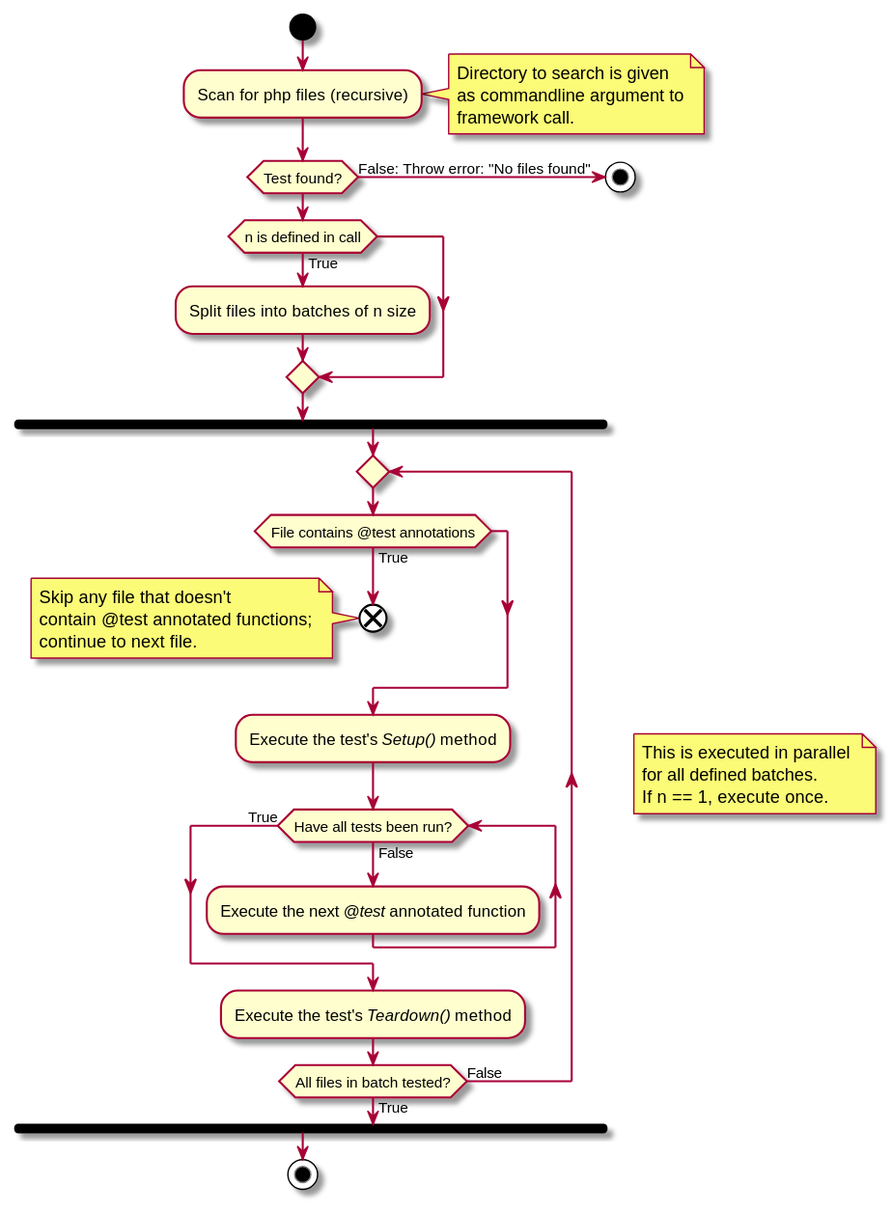
Above: out/Process/ExecuteTestsActivity/Execute functional tests activity diagram.svg in dannypas00/bouw7-uml (PlantUML), before the change.
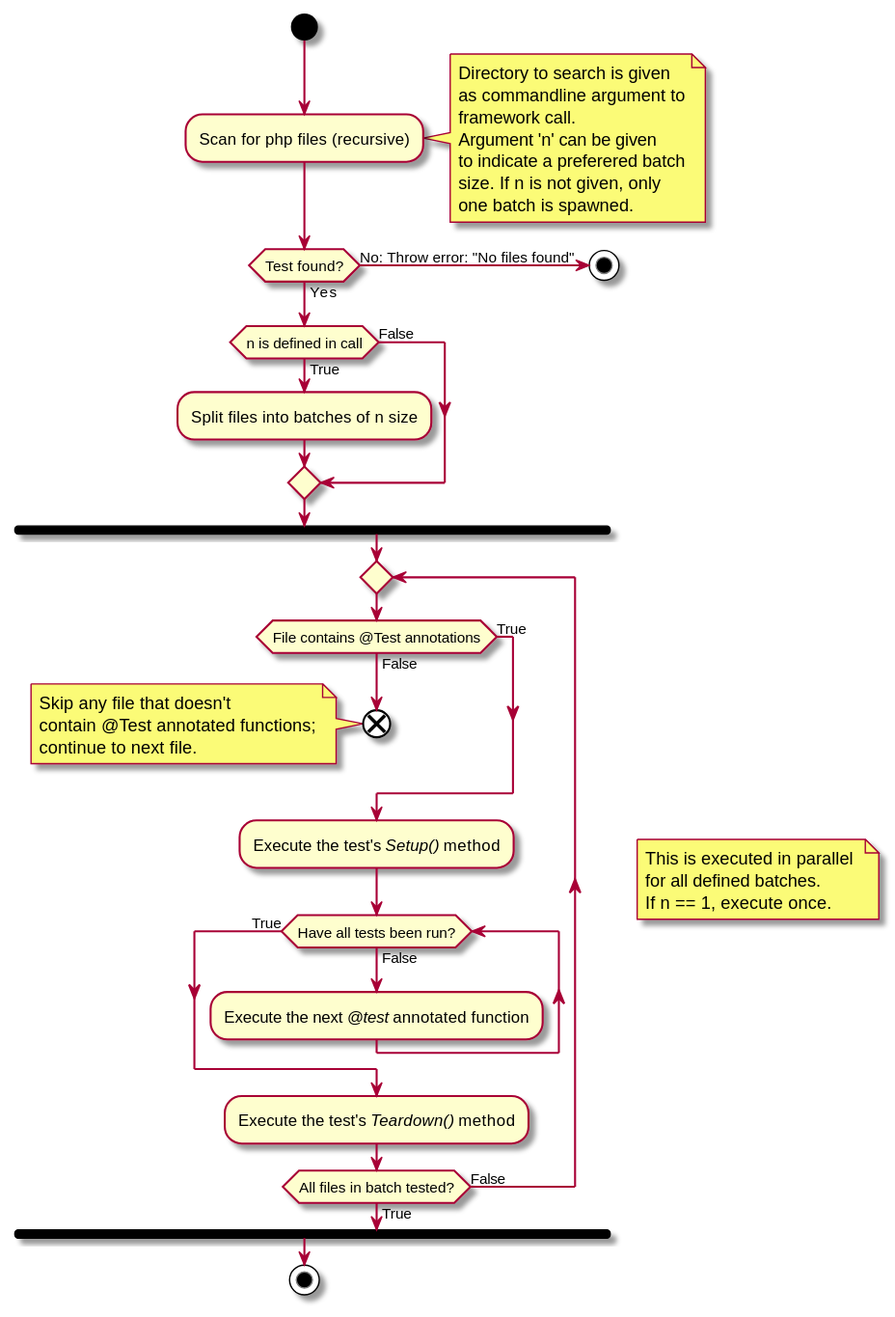
The same diagram one commit later.

The edit, as a diff of the source:
```diff
@@ -7,25 +7,32 @@
     Directory to search is given
     as commandline argument to
     framework call.
+    Argument 'n' can be given
+    to indicate a preferered batch
+    size. If n is not given, only
+    one batch is spawned.
 end note
 
-if (Test found?) then (False: Throw error: "No files found")
+if (Test found?) then (No: Throw error: "No files found")
     stop
+else (Yes)
 endif
 
 if (n is defined in call) then (True)
     :Split files into batches of n size;
+else (False)
 endif
 
 fork
     repeat
-        if (File contains @test annotations) then (True)
+        if (File contains @Test annotations) then (False)
             end
             note left
                 Skip any file that doesn't
-                contain @test annotated functions;
+                contain @Test annotated functions;
                 continue to next file.
             end note
+        else (True)
         endif
         :Execute the test's <i>Setup()</i> method;
         while (Have all tests been run?) is (False)
```
